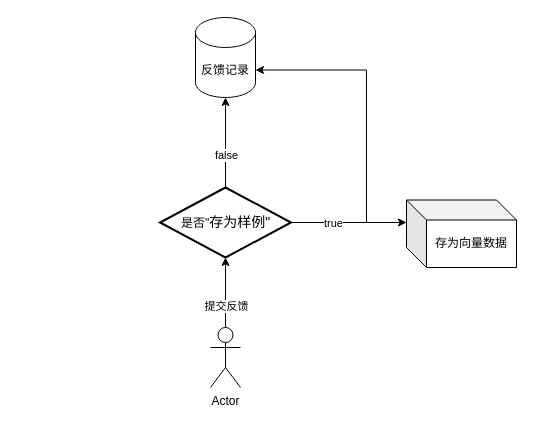
Earlier version of the draw.io diagram 召回反馈流程.drawio (15973217290/my_rep01). Source tidied: cells renumbered, new cells numbered last; positions are measured from the earlier drawing's top-left corner, leaving out a move shared by most shapes. Both pictures are drawn from the tidied source at 100%, with x=0, y=0 at pixel (160, 17).
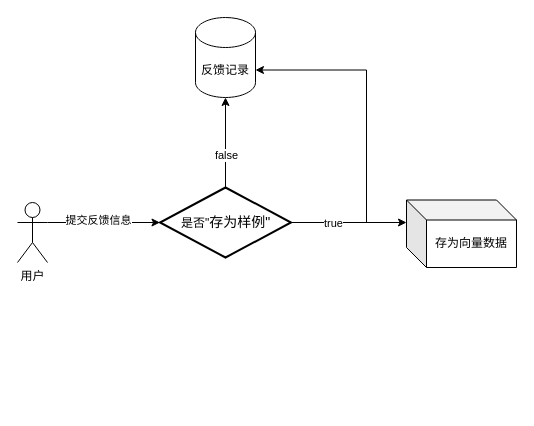
The same page after the edit.

Commit message (it also covers changes not shown here):
更新召回反馈流程.drawio

Diff of the diagram source:
```diff
@@
 <mxGraphModel>
   <root>
     <mxCell id="0" />
     <mxCell id="1" parent="0" />
-    <mxCell id="2" value="Actor" style="shape=umlActor;verticalLabelPosition=bottom;verticalAlign=top;html=1;outlineConnect=0;" parent="1" vertex="1">
-      <mxGeometry x="50" y="310" width="30" height="60" as="geometry" />
+    <mxCell id="2" value="用户" style="shape=umlActor;verticalLabelPosition=bottom;verticalAlign=top;html=1;outlineConnect=0;" parent="1" vertex="1">
+      <mxGeometry x="-143" y="185" width="30" height="60" as="geometry" />
     </mxCell>
     <mxCell id="3" value="反馈记录" style="shape=cylinder3;whiteSpace=wrap;html=1;boundedLbl=1;backgroundOutline=1;size=15;" parent="1" vertex="1">
       <mxGeometry x="35" width="60" height="80" as="geometry" />
     </mxCell>
     <mxCell id="4" value="存为向量数据" style="shape=cube;whiteSpace=wrap;html=1;boundedLbl=1;backgroundOutline=1;darkOpacity=0.05;darkOpacity2=0.1;" parent="1" vertex="1">
       <mxGeometry x="246" y="182.5" width="110" height="67.5" as="geometry" />
     </mxCell>
     <mxCell id="5" style="edgeStyle=orthogonalEdgeStyle;rounded=0;jettySize=auto;html=1;exitX=1;exitY=0.5;exitDx=0;exitDy=0;exitPerimeter=0;entryX=1;entryY=0;entryDx=0;entryDy=52.5;entryPerimeter=0;" parent="1" edge="1" source="6" target="3">
       <mxGeometry relative="1" as="geometry">
         <Array as="points">
           <mxPoint x="206" y="205" />
           <mxPoint x="206" y="53" />
         </Array>
       </mxGeometry>
     </mxCell>
     <mxCell id="6" value="是否&quot;&lt;span style=&quot;font-size:10.5pt;mso-bidi-font-size:11.0pt;&lt;br/&gt;font-family:等线;mso-ascii-theme-font:minor-latin;mso-fareast-theme-font:minor-fareast;&lt;br/&gt;mso-hansi-theme-font:minor-latin;mso-bidi-font-family:&amp;quot;Times New Roman&amp;quot;;&lt;br/&gt;mso-bidi-theme-font:minor-bidi;mso-ansi-language:EN-US;mso-fareast-language:&lt;br/&gt;ZH-CN;mso-bidi-language:AR-SA&quot;&gt;存为样例&quot;&lt;/span&gt;" style="strokeWidth=2;html=1;shape=mxgraph.flowchart.decision;whiteSpace=wrap;" parent="1" vertex="1">
       <mxGeometry x="-0.5" y="170" width="131" height="70" as="geometry" />
     </mxCell>
-    <mxCell id="7" style="edgeStyle=orthogonalEdgeStyle;rounded=0;jettySize=auto;html=1;exitX=0.5;exitY=0;exitDx=0;exitDy=0;exitPerimeter=0;entryX=0.5;entryY=1;entryDx=0;entryDy=0;entryPerimeter=0;" parent="1" edge="1" source="2" target="6">
-      <mxGeometry relative="1" as="geometry" />
-    </mxCell>
-    <mxCell id="8" value="提交反馈" style="edgeLabel;html=1;align=center;verticalAlign=middle;" parent="7" vertex="1">
-      <mxGeometry x="-0.37" relative="1" as="geometry" />
-    </mxCell>
     <mxCell id="9" style="edgeStyle=orthogonalEdgeStyle;rounded=0;jettySize=auto;html=1;exitX=0.5;exitY=0;exitDx=0;exitDy=0;exitPerimeter=0;entryX=0.5;entryY=1;entryDx=0;entryDy=0;entryPerimeter=0;" parent="1" edge="1" source="6" target="3">
       <mxGeometry relative="1" as="geometry" />
     </mxCell>
     <mxCell id="10" value="false" style="edgeLabel;html=1;align=center;verticalAlign=middle;" parent="9" vertex="1">
       <mxGeometry x="-0.27" relative="1" as="geometry" />
     </mxCell>
     <mxCell id="11" style="edgeStyle=orthogonalEdgeStyle;rounded=0;jettySize=auto;html=1;exitX=1;exitY=0.5;exitDx=0;exitDy=0;exitPerimeter=0;entryX=0;entryY=0;entryDx=0;entryDy=22.5;entryPerimeter=0;" parent="1" edge="1" source="6" target="4">
       <mxGeometry relative="1" as="geometry" />
     </mxCell>
     <mxCell id="12" value="true" style="edgeLabel;html=1;align=center;verticalAlign=middle;" parent="11" vertex="1">
       <mxGeometry x="-0.27" relative="1" as="geometry" />
     </mxCell>
+    <mxCell id="7" style="edgeStyle=orthogonalEdgeStyle;rounded=0;jettySize=auto;html=1;exitX=1;exitY=0.3333333333333333;exitDx=0;exitDy=0;exitPerimeter=0;entryX=0;entryY=0.5;entryDx=0;entryDy=0;entryPerimeter=0;" parent="1" edge="1" source="2" target="6">
+      <mxGeometry relative="1" as="geometry" />
+    </mxCell>
+    <mxCell id="13" value="提交反馈信息" style="edgeLabel;html=1;align=center;verticalAlign=middle;" parent="7" vertex="1">
+      <mxGeometry x="-0.47" y="3" relative="1" as="geometry">
+        <mxPoint x="20" as="offset" />
+      </mxGeometry>
+    </mxCell>
   </root>
 </mxGraphModel>
```
